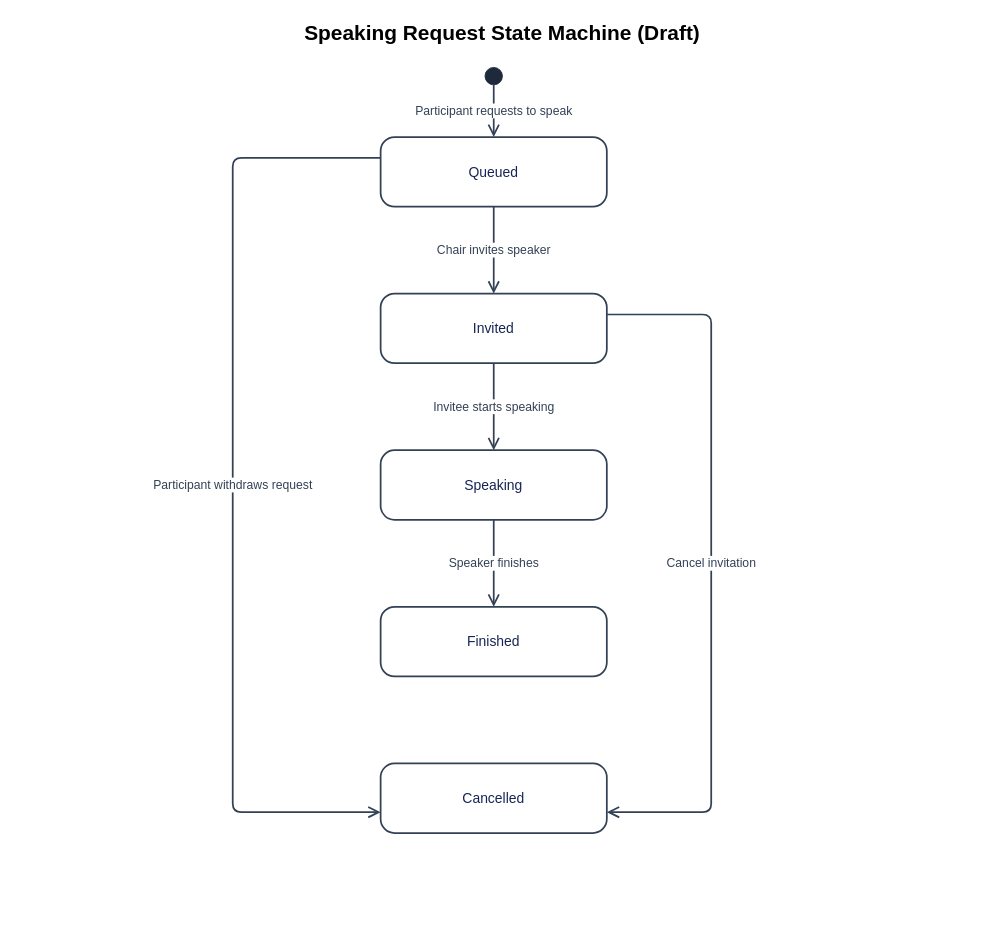
Earlier version of the draw.io diagram docs/10-statemachine/SM-07_SpeakingRequest.drawio (callmehai/FU-FA26-G116). Source tidied: cells renumbered, new cells numbered last; positions are measured from the earlier drawing's top-left corner, leaving out a move shared by most shapes. Both pictures are drawn from the tidied source at 87%, with x=0, y=0 at pixel (15, 15).
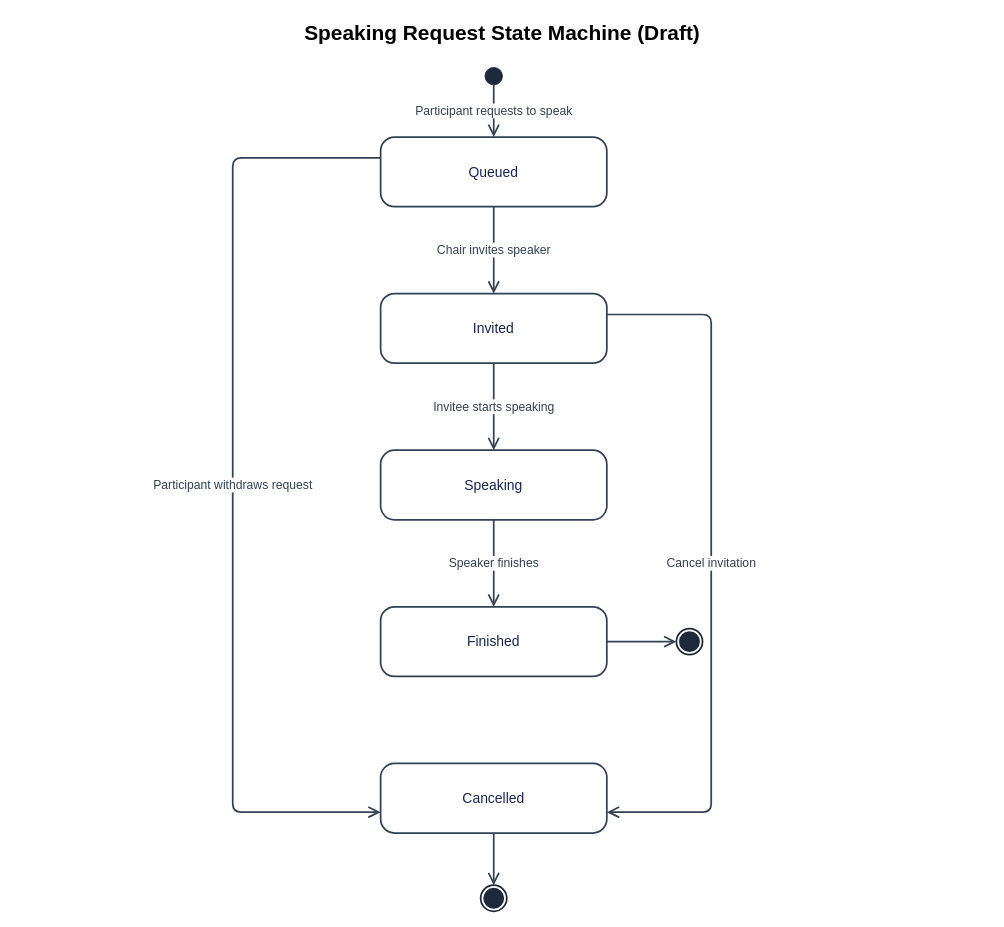
After the change.

Unchanged cells that the change refers to:
```xml
<mxCell id="7" value="Finished" style="html=1;whiteSpace=wrap;fontFamily=Arial;fontSize=16;rounded=1;arcSize=20;fillColor=#ffffff;strokeColor=#334155;fontColor=#172554;strokeWidth=2;" parent="1" vertex="1">
  <mxGeometry x="420" y="680" width="260" height="80" as="geometry" />
</mxCell>
<mxCell id="8" value="Cancelled" style="html=1;whiteSpace=wrap;fontFamily=Arial;fontSize=16;rounded=1;arcSize=20;fillColor=#ffffff;strokeColor=#334155;fontColor=#172554;strokeWidth=2;" parent="1" vertex="1">
  <mxGeometry x="420" y="860" width="260" height="80" as="geometry" />
</mxCell>
```

The edit, as a diff of the source:
```diff
@@
+    <mxCell id="15" style="ellipse;html=1;shape=endState;fillColor=#1e293b;strokeColor=#1e293b;strokeWidth=2;" parent="1" vertex="1">
+      <mxGeometry x="760" y="705" width="30" height="30" as="geometry" />
+    </mxCell>
+    <mxCell id="16" style="edgeStyle=orthogonalEdgeStyle;rounded=1;jettySize=auto;html=1;endArrow=open;endSize=10;strokeWidth=2;strokeColor=#334155;exitX=1;exitY=0.5;entryX=0;entryY=0.5;" parent="1" edge="1" source="7" target="15">
+      <mxGeometry relative="1" as="geometry" />
+    </mxCell>
+    <mxCell id="17" style="ellipse;html=1;shape=endState;fillColor=#1e293b;strokeColor=#1e293b;strokeWidth=2;" parent="1" vertex="1">
+      <mxGeometry x="535" y="1000" width="30" height="30" as="geometry" />
+    </mxCell>
+    <mxCell id="18" style="edgeStyle=orthogonalEdgeStyle;rounded=1;jettySize=auto;html=1;endArrow=open;endSize=10;strokeWidth=2;strokeColor=#334155;exitX=0.5;exitY=1;entryX=0.5;entryY=0;" parent="1" edge="1" source="8" target="17">
+      <mxGeometry relative="1" as="geometry" />
+    </mxCell>
```
